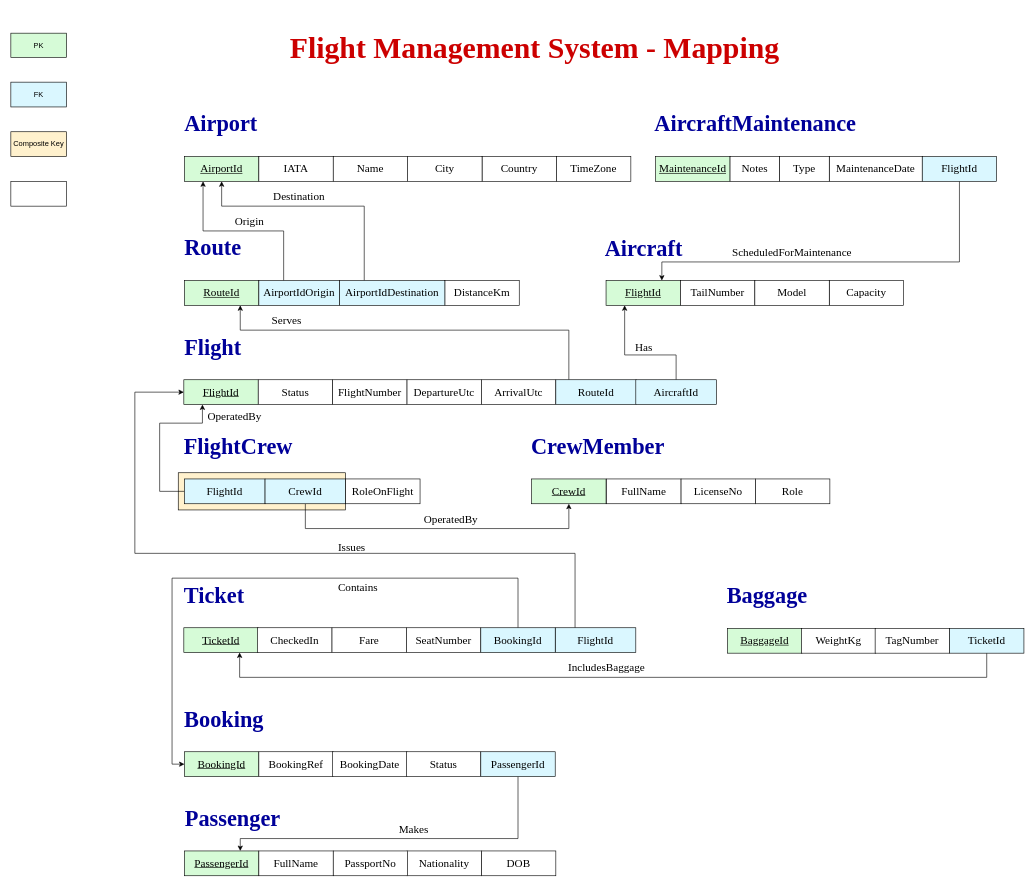
This is page "Page-2" (2 of 2) of Images/FlightManagementSystem-ERD.drawio from rahmaAlmamari/FlightManagementSystem, a draw.io file, before an edit. Source tidied: cells renumbered, new cells numbered last; positions are measured from the earlier drawing's top-left corner, leaving out a move shared by most shapes. Both pictures are drawn from the tidied source at 62%, with x=0, y=0 at pixel (11, 18).
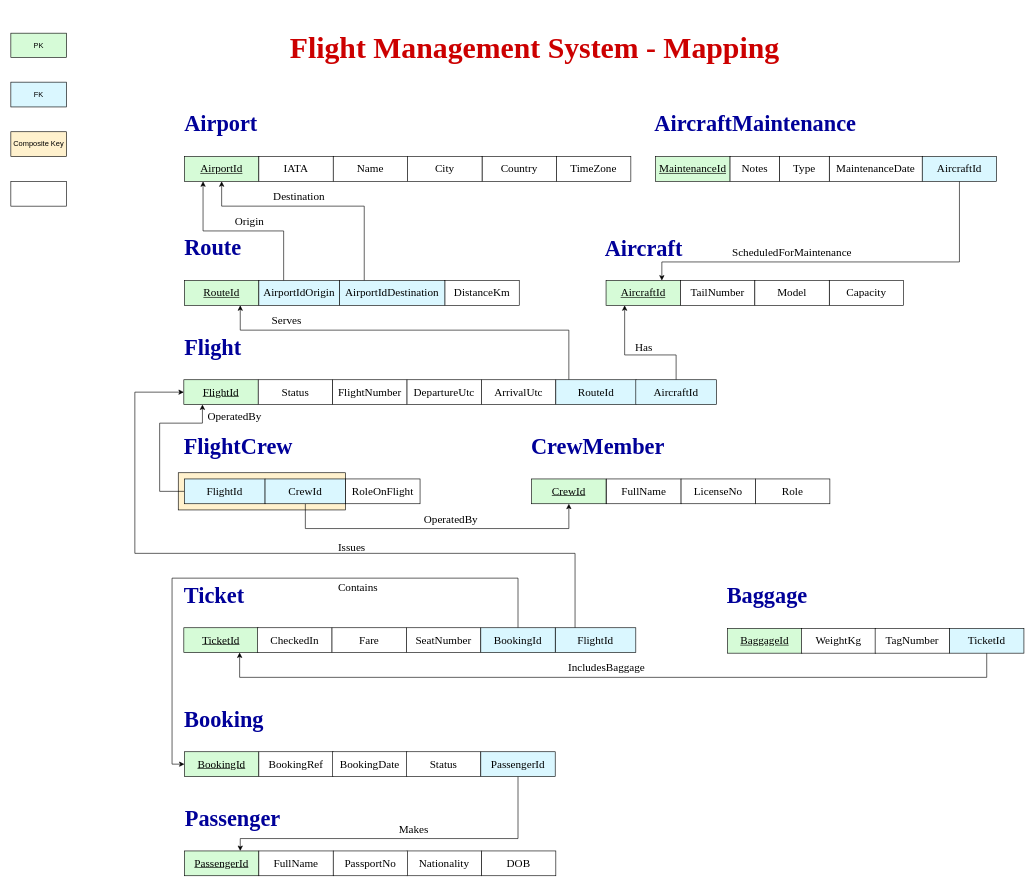
Above is the later version.

Diff of the diagram source:
```diff
@@
-    <mxCell id="36" value="&lt;span style=&quot;font-family: &amp;quot;Times New Roman&amp;quot;; font-size: 18px; text-decoration-line: underline;&quot;&gt;FlightId&lt;/span&gt;" style="rounded=0;whiteSpace=wrap;html=1;fillColor=#D6FBD7;" parent="1" vertex="1">
+    <mxCell id="36" value="&lt;span style=&quot;font-family: &amp;quot;Times New Roman&amp;quot;; font-size: 18px; text-decoration-line: underline;&quot;&gt;AircraftId&lt;/span&gt;" style="rounded=0;whiteSpace=wrap;html=1;fillColor=#D6FBD7;" parent="1" vertex="1">
       <mxGeometry x="960" y="423" width="120" height="40" as="geometry" />
     </mxCell>
@@
-    <mxCell id="47" value="&lt;span style=&quot;font-family: &amp;quot;Times New Roman&amp;quot;; font-size: 18px;&quot;&gt;&lt;font style=&quot;color: rgb(0, 0, 0);&quot;&gt;FlightId&lt;/font&gt;&lt;/span&gt;" style="rounded=0;whiteSpace=wrap;html=1;fillColor=#DAF7FF;" parent="1" vertex="1">
+    <mxCell id="47" value="&lt;span style=&quot;font-family: &amp;quot;Times New Roman&amp;quot;; font-size: 18px;&quot;&gt;AircraftId&lt;/span&gt;" style="rounded=0;whiteSpace=wrap;html=1;fillColor=#DAF7FF;" parent="1" vertex="1">
       <mxGeometry x="1470" y="223" width="120" height="40" as="geometry" />
     </mxCell>
```
